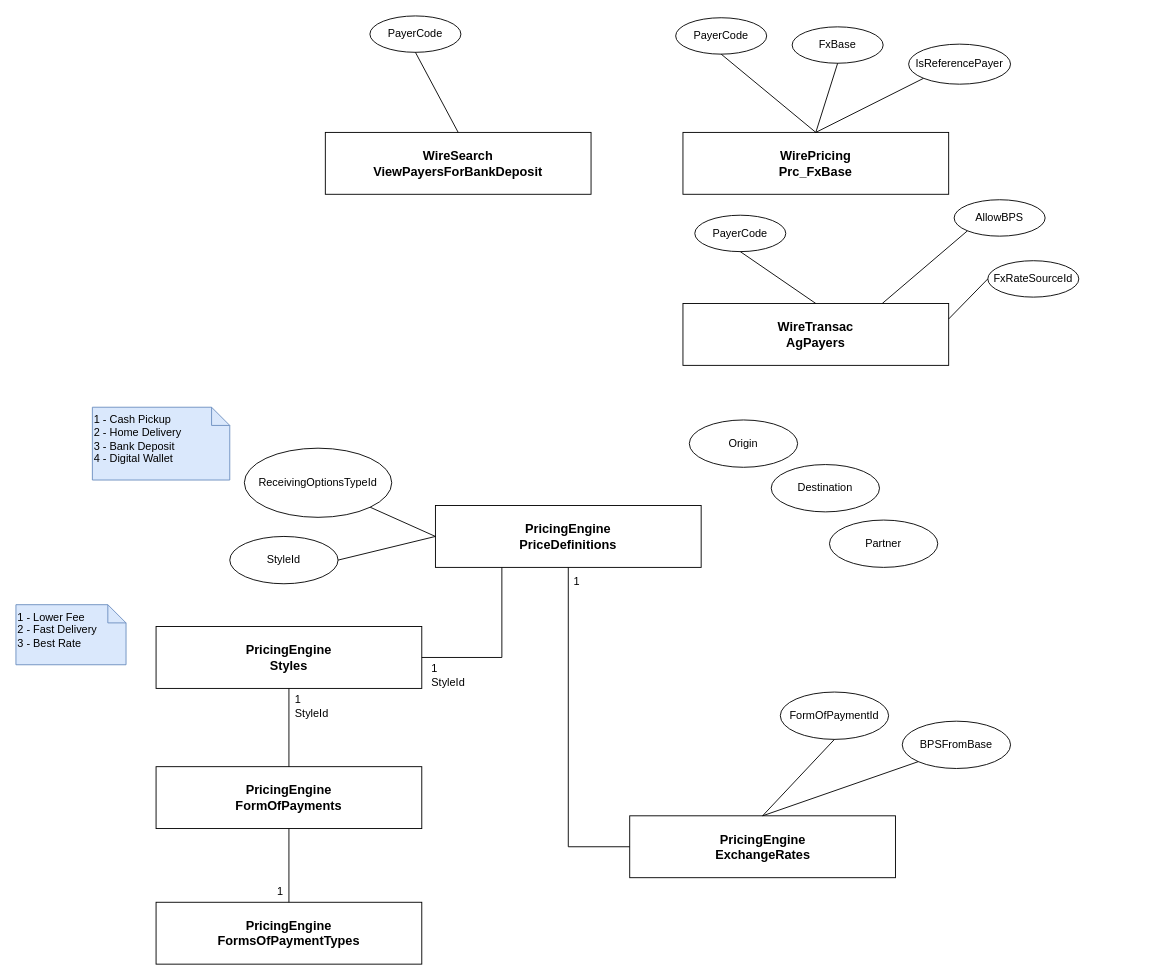
Above: page "Página-8" (7 of 7) of Pricing Engine.drawio in notariopablomarcelo/intermex (draw.io), before the change. Source tidied: cells renumbered, new cells numbered last; positions are measured from the earlier drawing's top-left corner, leaving out a move shared by most shapes. Both pictures are drawn from the tidied source at 91%, with x=0, y=0 at pixel (15, 15).
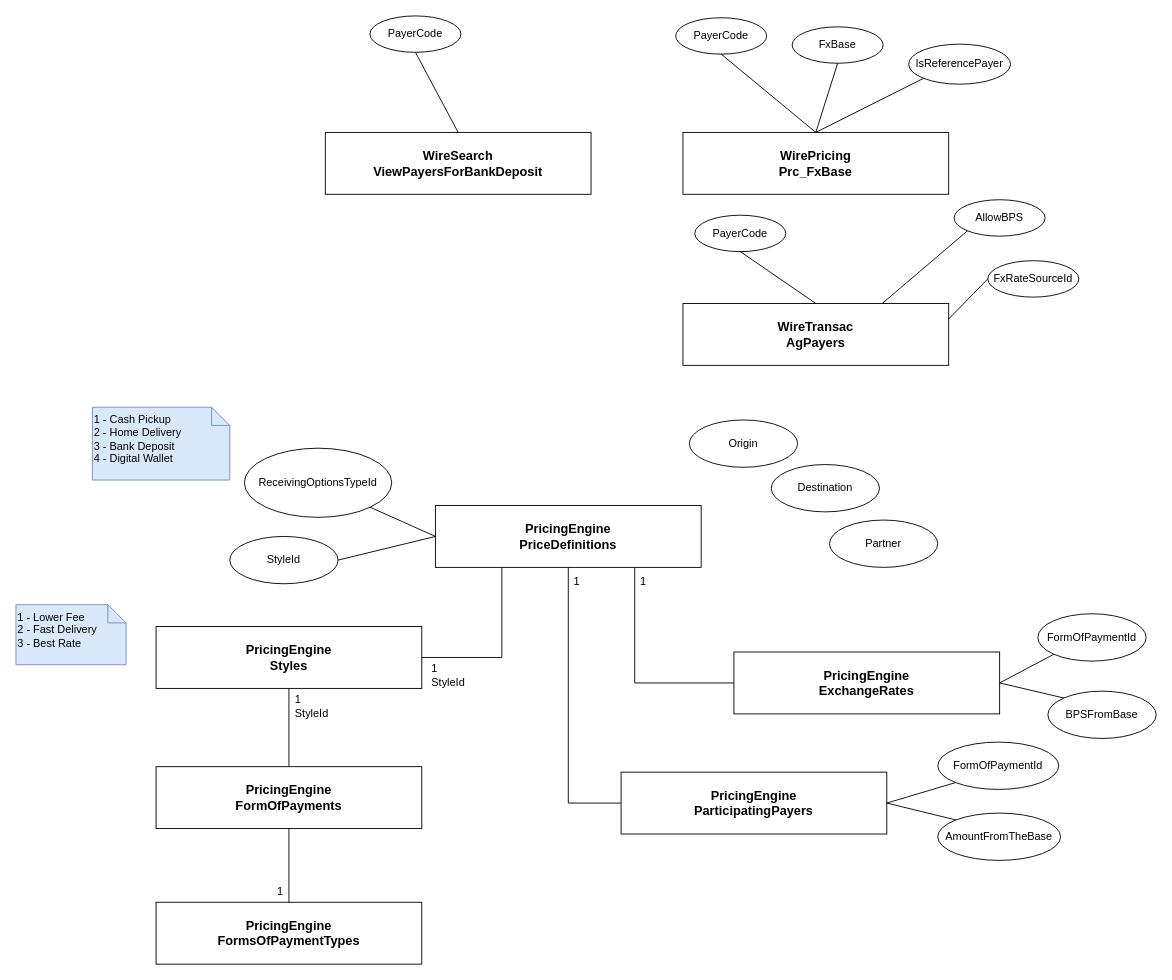
The same diagram, later.

Unchanged cells that the change refers to:
```xml
<mxCell id="19" value="PricingEngine&lt;br&gt;PriceDefinitions" style="whiteSpace=wrap;html=1;align=center;fontSize=14;fontStyle=1;" parent="1" vertex="1">
  <mxGeometry x="461" y="538" width="292" height="68" as="geometry" />
</mxCell>
```

The edit, as a diff of the source:
```diff
@@
     <mxCell id="20" value="PricingEngine&lt;br&gt;ExchangeRates" style="whiteSpace=wrap;html=1;align=center;fontSize=14;fontStyle=1;" parent="1" vertex="1">
-      <mxGeometry x="674.5" y="879" width="292" height="68" as="geometry" />
+      <mxGeometry x="789" y="699" width="292" height="68" as="geometry" />
     </mxCell>
-    <mxCell id="21" style="endArrow=none;html=1;rounded=0;exitX=0;exitY=0.5;exitDx=0;exitDy=0;entryX=0.5;entryY=1;entryDx=0;entryDy=0;edgeStyle=orthogonalEdgeStyle;" parent="1" edge="1" source="20" target="19">
+    <mxCell id="21" style="endArrow=none;html=1;rounded=0;exitX=0;exitY=0.5;exitDx=0;exitDy=0;entryX=0.75;entryY=1;entryDx=0;entryDy=0;edgeStyle=orthogonalEdgeStyle;" parent="1" edge="1" source="20" target="19">
       <mxGeometry relative="1" as="geometry" />
     </mxCell>
@@
     <mxCell id="23" value="FormOfPaymentId" style="ellipse;whiteSpace=wrap;html=1;align=center;" parent="1" vertex="1">
-      <mxGeometry x="840" y="743" width="119" height="52" as="geometry" />
+      <mxGeometry x="1123" y="657" width="119" height="52" as="geometry" />
     </mxCell>
     <mxCell id="24" value="BPSFromBase" style="ellipse;whiteSpace=wrap;html=1;align=center;" parent="1" vertex="1">
-      <mxGeometry x="974" y="775" width="119" height="52" as="geometry" />
+      <mxGeometry x="1134" y="742" width="119" height="52" as="geometry" />
     </mxCell>
-    <mxCell id="25" style="endArrow=none;html=1;rounded=0;exitX=0.5;exitY=0;exitDx=0;exitDy=0;entryX=0.5;entryY=1;entryDx=0;entryDy=0;" parent="1" edge="1" source="20" target="23">
+    <mxCell id="25" style="endArrow=none;html=1;rounded=0;exitX=1;exitY=0.5;exitDx=0;exitDy=0;entryX=0;entryY=1;entryDx=0;entryDy=0;" parent="1" edge="1" source="20" target="23">
       <mxGeometry relative="1" as="geometry" />
     </mxCell>
-    <mxCell id="26" style="endArrow=none;html=1;rounded=0;exitX=0.5;exitY=0;exitDx=0;exitDy=0;entryX=0;entryY=1;entryDx=0;entryDy=0;" parent="1" edge="1" source="20" target="24">
+    <mxCell id="26" style="endArrow=none;html=1;rounded=0;exitX=1;exitY=0.5;exitDx=0;exitDy=0;entryX=0;entryY=0;entryDx=0;entryDy=0;" parent="1" edge="1" source="20" target="24">
       <mxGeometry relative="1" as="geometry" />
     </mxCell>
@@
+    <mxCell id="45" value="PricingEngine&lt;br&gt;ParticipatingPayers" style="whiteSpace=wrap;html=1;align=center;fontSize=14;fontStyle=1;" parent="1" vertex="1">
+      <mxGeometry x="665" y="831" width="292" height="68" as="geometry" />
+    </mxCell>
+    <mxCell id="46" style="endArrow=none;html=1;rounded=0;exitX=0;exitY=0.5;exitDx=0;exitDy=0;entryX=0.5;entryY=1;entryDx=0;entryDy=0;edgeStyle=orthogonalEdgeStyle;" parent="1" edge="1" source="45" target="19">
+      <mxGeometry relative="1" as="geometry" />
+    </mxCell>
+    <mxCell id="47" value="1" style="html=1;whiteSpace=wrap;align=right;verticalAlign=bottom;" parent="46" vertex="1">
+      <mxGeometry x="1" relative="1" as="geometry">
+        <mxPoint x="14" y="24" as="offset" />
+      </mxGeometry>
+    </mxCell>
+    <mxCell id="48" value="FormOfPaymentId" style="ellipse;whiteSpace=wrap;html=1;align=center;" parent="1" vertex="1">
+      <mxGeometry x="1013" y="798" width="133" height="52" as="geometry" />
+    </mxCell>
+    <mxCell id="49" value="AmountFromTheBase" style="ellipse;whiteSpace=wrap;html=1;align=center;" parent="1" vertex="1">
+      <mxGeometry x="1013" y="876" width="135" height="52" as="geometry" />
+    </mxCell>
+    <mxCell id="50" style="endArrow=none;html=1;rounded=0;exitX=1;exitY=0.5;exitDx=0;exitDy=0;entryX=0;entryY=1;entryDx=0;entryDy=0;" parent="1" edge="1" source="45" target="48">
+      <mxGeometry relative="1" as="geometry" />
+    </mxCell>
+    <mxCell id="51" style="endArrow=none;html=1;rounded=0;exitX=1;exitY=0.5;exitDx=0;exitDy=0;entryX=0;entryY=0;entryDx=0;entryDy=0;" parent="1" edge="1" source="45" target="49">
+      <mxGeometry relative="1" as="geometry" />
+    </mxCell>
```
